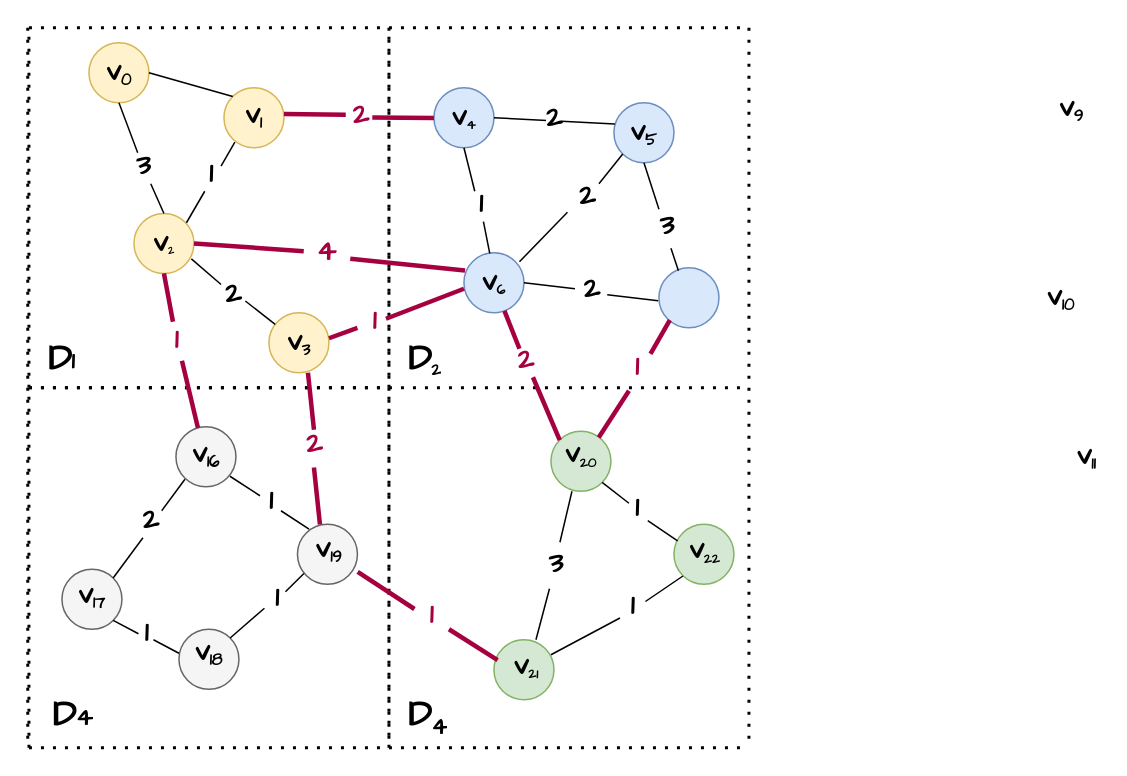
coldbubbletea/World-of-Warcraft--Non-graphical-interface-CPP-game keeps this draw.io diagram as 未命名绘图.drawio. Above is the earlier version. Source tidied: cells renumbered, new cells numbered last; positions are measured from the earlier drawing's top-left corner, leaving out a move shared by most shapes. Both pictures are drawn from the tidied source at 150%, with x=0, y=0 at pixel (27, 27).
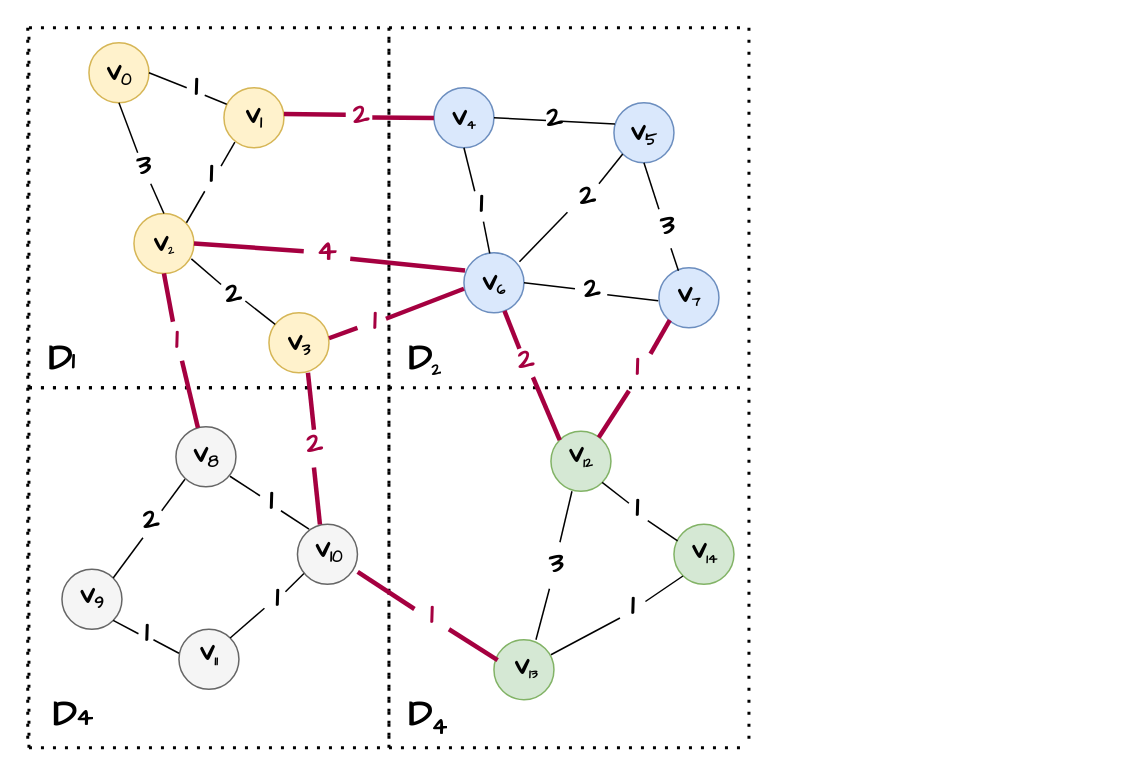
Above is the later version.

Commit message:
更新未命名绘图.drawio

Unchanged cells that the change refers to:
```xml
<mxCell id="11" style="ellipse;whiteSpace=wrap;html=1;fillColor=#fff2cc;strokeColor=#d6b656;" parent="1" vertex="1">
  <mxGeometry x="40.8" y="10" width="40" height="40" as="geometry" />
</mxCell>
<mxCell id="13" style="ellipse;whiteSpace=wrap;html=1;fillColor=#fff2cc;strokeColor=#d6b656;" parent="1" vertex="1">
  <mxGeometry x="130.8" y="40" width="40" height="40" as="geometry" />
</mxCell>
```

Change to the diagram source:
```diff
@@
-    <mxCell id="20" style="endArrow=none;html=1;rounded=0;entryX=0;entryY=0;entryDx=0;entryDy=0;exitX=1;exitY=0.5;exitDx=0;exitDy=0;fillColor=#0050ef;strokeColor=#000000;" parent="1" edge="1" source="11" target="13">
-      <mxGeometry relative="1" as="geometry" />
+    <mxCell id="20" style="endArrow=none;html=1;rounded=0;exitX=1;exitY=0.5;exitDx=0;exitDy=0;fillColor=#0050ef;strokeColor=#000000;" parent="1" edge="1" source="11">
+      <mxGeometry relative="1" as="geometry">
+        <mxPoint x="106" y="40" as="targetPoint" />
+      </mxGeometry>
     </mxCell>
@@
-    <mxCell id="57" value="&lt;h2 style=&quot;&quot;&gt;&lt;font style=&quot;font-size: 19px;&quot;&gt;v&lt;/font&gt;&lt;font style=&quot;font-size: 13.1944px;&quot;&gt;&lt;sub&gt;9&lt;/sub&gt;&lt;/font&gt;&lt;/h2&gt;" style="text;html=1;strokeColor=none;fillColor=none;align=center;verticalAlign=middle;whiteSpace=wrap;rounded=0;fontFamily=Comic Sans MS;" parent="1" vertex="1">
-      <mxGeometry x="686" y="45" width="20" height="17.5" as="geometry" />
+    <mxCell id="57" value="&lt;h2 style=&quot;&quot;&gt;&lt;font style=&quot;font-size: 19px;&quot;&gt;v&lt;/font&gt;&lt;font style=&quot;font-size: 10.9953px;&quot;&gt;&lt;sub&gt;7&lt;/sub&gt;&lt;/font&gt;&lt;/h2&gt;" style="text;html=1;strokeColor=none;fillColor=none;align=center;verticalAlign=middle;whiteSpace=wrap;rounded=0;fontFamily=Comic Sans MS;" parent="1" vertex="1">
+      <mxGeometry x="430.8" y="169.5" width="20" height="17.5" as="geometry" />
     </mxCell>
-    <mxCell id="58" value="&lt;h2 style=&quot;&quot;&gt;&lt;font style=&quot;font-size: 19px;&quot;&gt;v&lt;/font&gt;&lt;font style=&quot;font-size: 13.1944px;&quot;&gt;&lt;sub&gt;10&lt;/sub&gt;&lt;/font&gt;&lt;/h2&gt;" style="text;html=1;strokeColor=none;fillColor=none;align=center;verticalAlign=middle;whiteSpace=wrap;rounded=0;fontFamily=Comic Sans MS;" parent="1" vertex="1">
-      <mxGeometry x="679" y="171.2" width="20" height="17.5" as="geometry" />
-    </mxCell>
-    <mxCell id="59" value="&lt;h2 style=&quot;&quot;&gt;&lt;font style=&quot;font-size: 19px;&quot;&gt;v&lt;/font&gt;&lt;font style=&quot;font-size: 13.1944px;&quot;&gt;&lt;sub&gt;11&lt;/sub&gt;&lt;/font&gt;&lt;/h2&gt;" style="text;html=1;strokeColor=none;fillColor=none;align=center;verticalAlign=middle;whiteSpace=wrap;rounded=0;fontFamily=Comic Sans MS;" parent="1" vertex="1">
-      <mxGeometry x="696" y="277.2" width="20" height="17.5" as="geometry" />
-    </mxCell>
@@
-    <mxCell id="61" value="&lt;h2 style=&quot;&quot;&gt;&lt;font style=&quot;font-size: 19px;&quot;&gt;v&lt;/font&gt;&lt;font style=&quot;font-size: 13.1944px;&quot;&gt;&lt;sub&gt;16&lt;/sub&gt;&lt;/font&gt;&lt;/h2&gt;" style="text;html=1;strokeColor=none;fillColor=none;align=center;verticalAlign=middle;whiteSpace=wrap;rounded=0;fontFamily=Comic Sans MS;" parent="1" vertex="1">
+    <mxCell id="61" value="&lt;h2 style=&quot;&quot;&gt;&lt;font style=&quot;font-size: 19px;&quot;&gt;v&lt;/font&gt;&lt;font style=&quot;font-size: 13.1944px;&quot;&gt;&lt;sub&gt;8&lt;/sub&gt;&lt;/font&gt;&lt;/h2&gt;" style="text;html=1;strokeColor=none;fillColor=none;align=center;verticalAlign=middle;whiteSpace=wrap;rounded=0;fontFamily=Comic Sans MS;" parent="1" vertex="1">
       <mxGeometry x="108.8" y="275.8" width="20" height="17.5" as="geometry" />
     </mxCell>
@@
-    <mxCell id="83" value="&lt;h2 style=&quot;&quot;&gt;&lt;font style=&quot;font-size: 19px;&quot;&gt;v&lt;/font&gt;&lt;font style=&quot;font-size: 13.1944px;&quot;&gt;&lt;sub&gt;17&lt;/sub&gt;&lt;/font&gt;&lt;/h2&gt;" style="text;html=1;strokeColor=none;fillColor=none;align=center;verticalAlign=middle;whiteSpace=wrap;rounded=0;fontFamily=Comic Sans MS;" parent="1" vertex="1">
+    <mxCell id="83" value="&lt;h2 style=&quot;&quot;&gt;&lt;font style=&quot;font-size: 19px;&quot;&gt;v&lt;/font&gt;&lt;font style=&quot;font-size: 13.1944px;&quot;&gt;&lt;sub&gt;9&lt;/sub&gt;&lt;/font&gt;&lt;/h2&gt;" style="text;html=1;strokeColor=none;fillColor=none;align=center;verticalAlign=middle;whiteSpace=wrap;rounded=0;fontFamily=Comic Sans MS;" parent="1" vertex="1">
       <mxGeometry x="32.8" y="370.5" width="20" height="17.5" as="geometry" />
     </mxCell>
-    <mxCell id="84" value="&lt;h2 style=&quot;&quot;&gt;&lt;font style=&quot;font-size: 19px;&quot;&gt;v&lt;/font&gt;&lt;font style=&quot;font-size: 13.1944px;&quot;&gt;&lt;sub&gt;18&lt;/sub&gt;&lt;/font&gt;&lt;/h2&gt;" style="text;html=1;strokeColor=none;fillColor=none;align=center;verticalAlign=middle;whiteSpace=wrap;rounded=0;fontFamily=Comic Sans MS;" parent="1" vertex="1">
+    <mxCell id="84" value="&lt;h2 style=&quot;&quot;&gt;&lt;font style=&quot;font-size: 19px;&quot;&gt;v&lt;/font&gt;&lt;font style=&quot;font-size: 10.9953px;&quot;&gt;&lt;sub&gt;11&lt;/sub&gt;&lt;/font&gt;&lt;/h2&gt;" style="text;html=1;strokeColor=none;fillColor=none;align=center;verticalAlign=middle;whiteSpace=wrap;rounded=0;fontFamily=Comic Sans MS;" parent="1" vertex="1">
       <mxGeometry x="110.8" y="408" width="20" height="17.5" as="geometry" />
     </mxCell>
-    <mxCell id="85" value="&lt;h2 style=&quot;&quot;&gt;&lt;font style=&quot;font-size: 19px;&quot;&gt;v&lt;/font&gt;&lt;font style=&quot;font-size: 13.1944px;&quot;&gt;&lt;sub&gt;19&lt;/sub&gt;&lt;/font&gt;&lt;/h2&gt;" style="text;html=1;strokeColor=none;fillColor=none;align=center;verticalAlign=middle;whiteSpace=wrap;rounded=0;fontFamily=Comic Sans MS;" parent="1" vertex="1">
+    <mxCell id="85" value="&lt;h2 style=&quot;&quot;&gt;&lt;font style=&quot;font-size: 19px;&quot;&gt;v&lt;/font&gt;&lt;font style=&quot;font-size: 13.1944px;&quot;&gt;&lt;sub&gt;10&lt;/sub&gt;&lt;/font&gt;&lt;/h2&gt;" style="text;html=1;strokeColor=none;fillColor=none;align=center;verticalAlign=middle;whiteSpace=wrap;rounded=0;fontFamily=Comic Sans MS;" parent="1" vertex="1">
       <mxGeometry x="190.8" y="339.5" width="20" height="17.5" as="geometry" />
     </mxCell>
-    <mxCell id="86" value="&lt;h2 style=&quot;&quot;&gt;&lt;font style=&quot;font-size: 19px;&quot;&gt;v&lt;/font&gt;&lt;font style=&quot;font-size: 10.9953px;&quot;&gt;&lt;sub&gt;20&lt;/sub&gt;&lt;/font&gt;&lt;/h2&gt;" style="text;html=1;strokeColor=none;fillColor=none;align=center;verticalAlign=middle;whiteSpace=wrap;rounded=0;fontFamily=Comic Sans MS;" parent="1" vertex="1">
+    <mxCell id="86" value="&lt;h2 style=&quot;&quot;&gt;&lt;font style=&quot;font-size: 19px;&quot;&gt;v&lt;/font&gt;&lt;font style=&quot;font-size: 10.9953px;&quot;&gt;&lt;sub&gt;12&lt;/sub&gt;&lt;/font&gt;&lt;/h2&gt;" style="text;html=1;strokeColor=none;fillColor=none;align=center;verticalAlign=middle;whiteSpace=wrap;rounded=0;fontFamily=Comic Sans MS;" parent="1" vertex="1">
       <mxGeometry x="358.8" y="275.8" width="20" height="17.5" as="geometry" />
     </mxCell>
@@
-    <mxCell id="89" value="&lt;h2 style=&quot;&quot;&gt;&lt;font style=&quot;font-size: 19px;&quot;&gt;v&lt;/font&gt;&lt;font style=&quot;font-size: 10.9953px;&quot;&gt;&lt;sub&gt;21&lt;/sub&gt;&lt;/font&gt;&lt;/h2&gt;" style="text;html=1;strokeColor=none;fillColor=none;align=center;verticalAlign=middle;whiteSpace=wrap;rounded=0;fontFamily=Comic Sans MS;" parent="1" vertex="1">
+    <mxCell id="89" value="&lt;h2 style=&quot;&quot;&gt;&lt;font style=&quot;font-size: 19px;&quot;&gt;v&lt;/font&gt;&lt;font style=&quot;font-size: 10.9953px;&quot;&gt;&lt;sub&gt;13&lt;/sub&gt;&lt;/font&gt;&lt;/h2&gt;" style="text;html=1;strokeColor=none;fillColor=none;align=center;verticalAlign=middle;whiteSpace=wrap;rounded=0;fontFamily=Comic Sans MS;" parent="1" vertex="1">
       <mxGeometry x="322.3" y="417" width="20.5" height="18" as="geometry" />
     </mxCell>
-    <mxCell id="90" value="&lt;h2 style=&quot;&quot;&gt;&lt;font style=&quot;font-size: 19px;&quot;&gt;v&lt;/font&gt;&lt;font style=&quot;font-size: 10.9953px;&quot;&gt;&lt;sub&gt;22&lt;/sub&gt;&lt;/font&gt;&lt;/h2&gt;" style="text;html=1;strokeColor=none;fillColor=none;align=center;verticalAlign=middle;whiteSpace=wrap;rounded=0;fontFamily=Comic Sans MS;" parent="1" vertex="1">
+    <mxCell id="90" value="&lt;h2 style=&quot;&quot;&gt;&lt;font style=&quot;font-size: 19px;&quot;&gt;v&lt;/font&gt;&lt;font style=&quot;font-size: 10.9953px;&quot;&gt;&lt;sub&gt;14&lt;/sub&gt;&lt;/font&gt;&lt;/h2&gt;" style="text;html=1;strokeColor=none;fillColor=none;align=center;verticalAlign=middle;whiteSpace=wrap;rounded=0;fontFamily=Comic Sans MS;" parent="1" vertex="1">
       <mxGeometry x="440.6" y="339.5" width="20.5" height="18" as="geometry" />
     </mxCell>
@@
+    <mxCell id="125" value="&lt;font size=&quot;1&quot; face=&quot;Comic Sans MS&quot;&gt;&lt;b style=&quot;font-size: 19px;&quot;&gt;1&lt;/b&gt;&lt;/font&gt;" style="text;html=1;strokeColor=none;fillColor=none;align=center;verticalAlign=middle;whiteSpace=wrap;rounded=0;" parent="1" vertex="1">
+      <mxGeometry x="104" y="33" width="17" height="14.5" as="geometry" />
+    </mxCell>
+    <mxCell id="126" style="endArrow=none;html=1;rounded=0;exitX=1;exitY=0.5;exitDx=0;exitDy=0;fillColor=#0050ef;strokeColor=#000000;entryX=0.046;entryY=0.276;entryDx=0;entryDy=0;entryPerimeter=0;" parent="1" edge="1" target="13">
+      <mxGeometry relative="1" as="geometry">
+        <mxPoint x="118" y="45" as="sourcePoint" />
+      </mxGeometry>
+    </mxCell>
```
